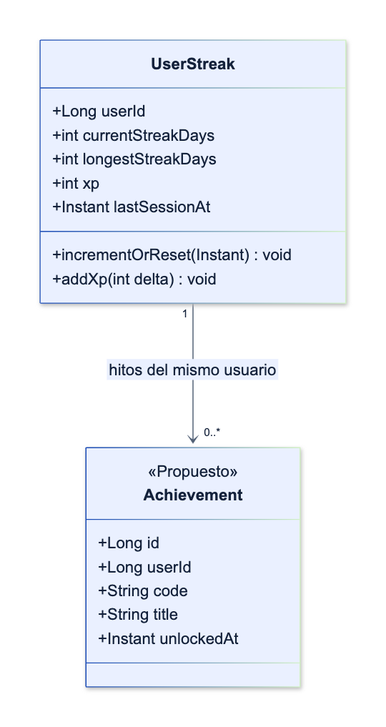
Earlier version of the Mermaid export assets/diagrams/tactical/07-gamification-classes.png (upc-pre-202620-si728-16365-thropic/talki-project-report). Its source is kept beside it as assets/diagrams/tactical/07-gamification-classes.mmd.
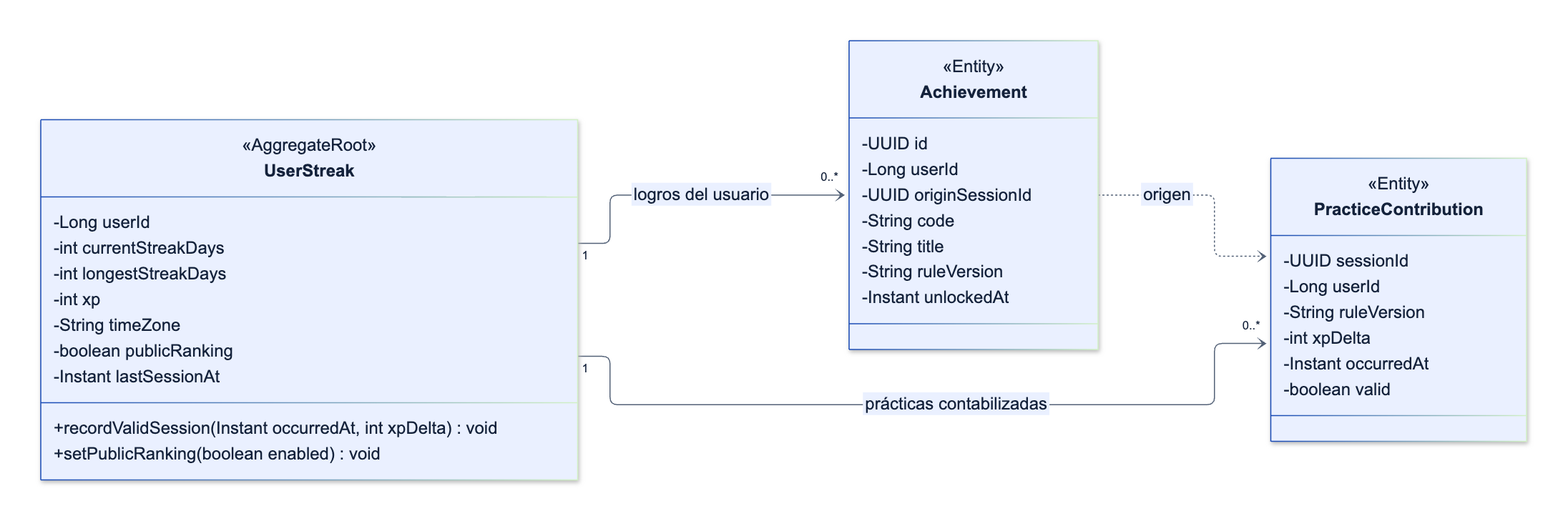
The same file after the commit.

Commit message:
docs(5.7): completa modelos y contratos de Gamification

What changed in the source:
```diff
@@ -1,20 +1,36 @@
 classDiagram
-    class UserStreak {
-        +Long userId
-        +int currentStreakDays
-        +int longestStreakDays
-        +int xp
-        +Instant lastSessionAt
-        +incrementOrReset(Instant) void
-        +addXp(int delta) void
-    }
-    class Achievement {
-        <<Propuesto>>
-        +Long id
-        +Long userId
-        +String code
-        +String title
-        +Instant unlockedAt
-    }
-
-    UserStreak "1" --> "0..*" Achievement : hitos del mismo usuario
+ direction LR
+class UserStreak {
+  <<AggregateRoot>>
+  -Long userId
+  -int currentStreakDays
+  -int longestStreakDays
+  -int xp
+  -String timeZone
+  -boolean publicRanking
+  -Instant lastSessionAt
+  +recordValidSession(Instant occurredAt, int xpDelta) void
+  +setPublicRanking(boolean enabled) void
+}
+class Achievement {
+  <<Entity>>
+  -UUID id
+  -Long userId
+  -UUID originSessionId
+  -String code
+  -String title
+  -String ruleVersion
+  -Instant unlockedAt
+}
+class PracticeContribution {
+  <<Entity>>
+  -UUID sessionId
+  -Long userId
+  -String ruleVersion
+  -int xpDelta
+  -Instant occurredAt
+  -boolean valid
+}
+UserStreak "1" --> "0..*" Achievement : logros del usuario
+UserStreak "1" --> "0..*" PracticeContribution : prácticas contabilizadas
+Achievement ..> PracticeContribution : origen
```
